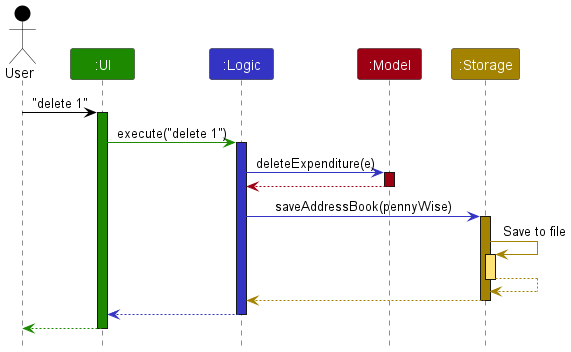
This is docs/images/ArchitectureSequenceDiagram.png from nus-cs2103-AY2223S1/tp, a PlantUML export, as it was before one commit.
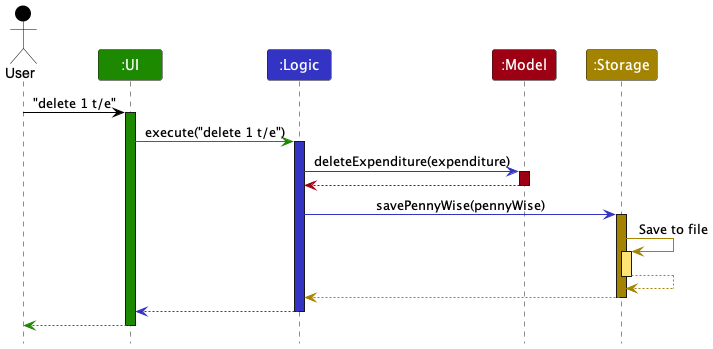
The same diagram one commit later.

Change to the diagram source:
```diff
@@ -7,19 +7,19 @@
 Participant ":Model" as model MODEL_COLOR
 Participant ":Storage" as storage STORAGE_COLOR
 
-user -[USER_COLOR]> ui : "delete 1"
+user -[USER_COLOR]> ui : "delete 1 t/e"
 activate ui UI_COLOR
 
-ui -[UI_COLOR]> logic : execute("delete 1")
+ui -[UI_COLOR]> logic : execute("delete 1 t/e")
 activate logic LOGIC_COLOR
 
-logic -[LOGIC_COLOR]> model : deleteExpenditure(e)
+logic -[LOGIC_COLOR]> model : deleteExpenditure(expenditure)
 activate model MODEL_COLOR
 
 model -[MODEL_COLOR]-> logic
 deactivate model
 
-logic -[LOGIC_COLOR]> storage : saveAddressBook(pennyWise)
+logic -[LOGIC_COLOR]> storage : savePennyWise(pennyWise)
 activate storage STORAGE_COLOR
 
 storage -[STORAGE_COLOR]> storage : Save to file
```
